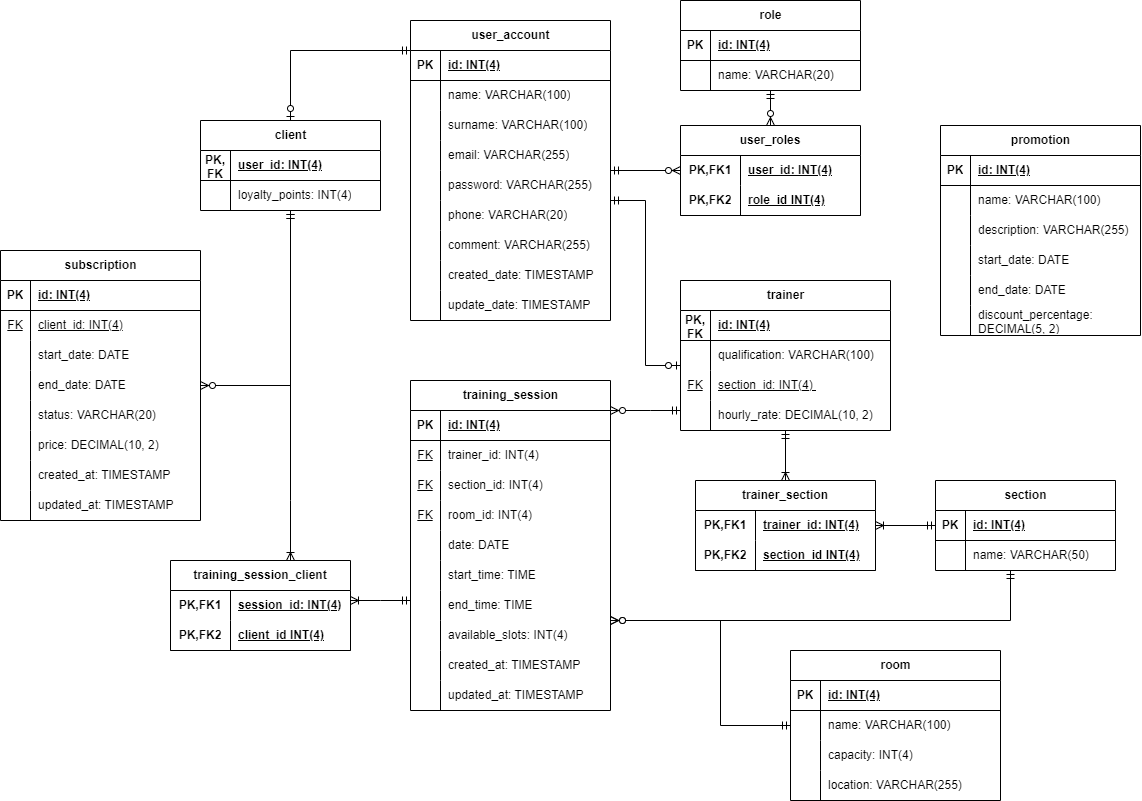
Above: assets/sql.png in moevm/nosql2h24-gym (draw.io), before the change. Source tidied: cells renumbered, new cells last; positions are measured from the earlier drawing's top-left corner, leaving out a move shared by most shapes.
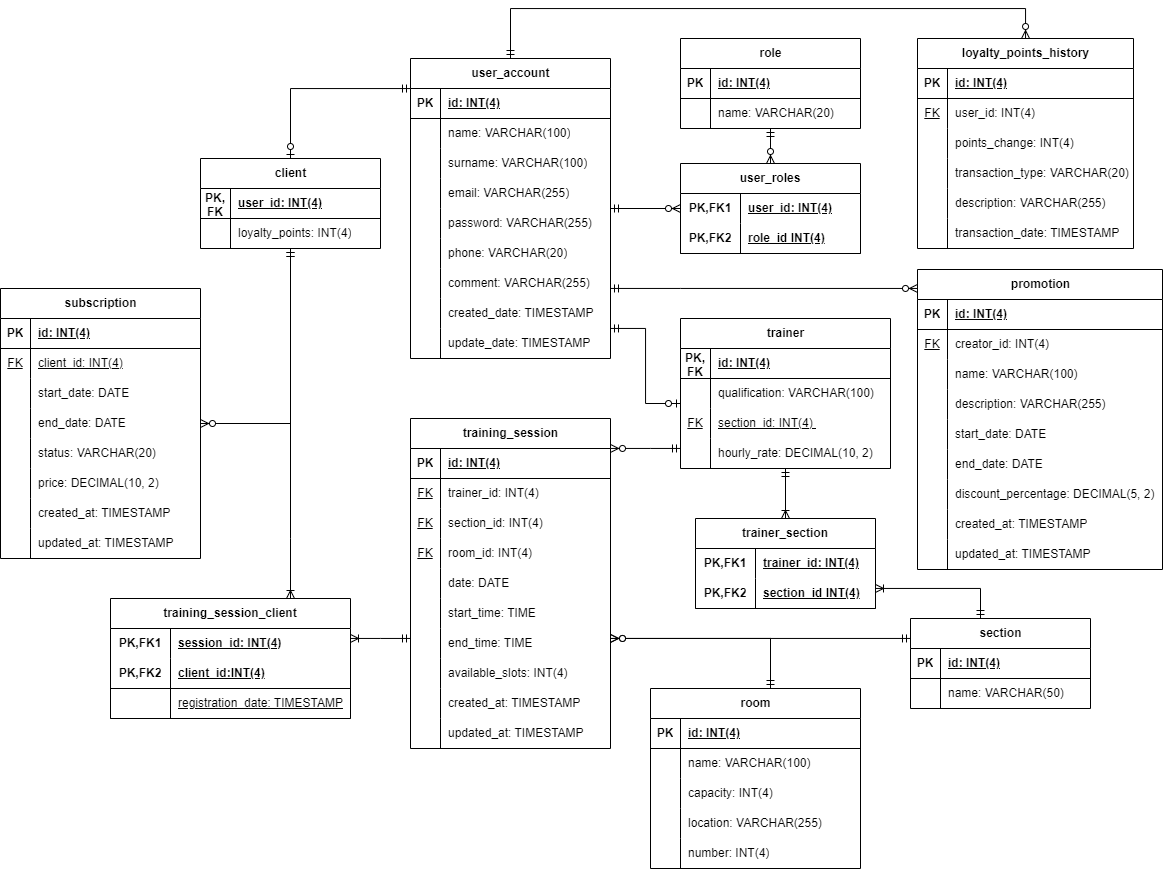
The same file after the commit.

Commit message:
update sql & mongo schemas

The edit, as a diff of the source:
```diff
@@ -191,3 +191,3 @@
     <mxCell id="64" value="section" style="shape=table;startSize=30;rowLines=0;fontStyle=1;align=center;html=1;" parent="1" vertex="1">
-      <mxGeometry x="935" y="480" width="180" height="90" as="geometry" />
+      <mxGeometry x="910" y="580" width="180" height="90" as="geometry" />
     </mxCell>
@@ -233,3 +233,3 @@
     <mxCell id="78" value="room" style="shape=table;startSize=30;rowLines=0;fontStyle=1;align=center;html=1;" parent="1" vertex="1">
-      <mxGeometry x="790" y="650" width="210" height="150" as="geometry" />
+      <mxGeometry x="650" y="650" width="210" height="180" as="geometry" />
     </mxCell>
@@ -271,2 +271,11 @@
     </mxCell>
+    <mxCell id="185" style="shape=tableRow;horizontal=0;startSize=0;swimlaneHead=0;swimlaneBody=0;fillColor=none;top=0;left=0;right=0;bottom=0;" parent="78" vertex="1">
+      <mxGeometry y="150" width="210" height="30" as="geometry" />
+    </mxCell>
+    <mxCell id="186" style="shape=partialRectangle;fillColor=none;top=0;left=0;bottom=0;right=0;overflow=hidden;whiteSpace=wrap;html=1;" parent="185" vertex="1">
+      <mxGeometry width="30" height="30" as="geometry" />
+    </mxCell>
+    <mxCell id="187" value="number: INT(4)" style="shape=partialRectangle;fillColor=none;top=0;left=0;bottom=0;right=0;align=left;spacingLeft=6;overflow=hidden;whiteSpace=wrap;html=1;" parent="185" vertex="1">
+      <mxGeometry x="30" width="180" height="30" as="geometry" />
+    </mxCell>
     <mxCell id="91" value="subscription" style="shape=table;startSize=30;rowLines=0;fontStyle=1;align=center;html=1;" parent="1" vertex="1">
@@ -440,6 +449,6 @@
     <mxCell id="147" value="&lt;span style=&quot;text-wrap: nowrap;&quot;&gt;training_session_client&lt;/span&gt;" style="shape=table;startSize=30;rowLines=0;fontStyle=1;align=center;html=1;whiteSpace=wrap;" parent="1" vertex="1">
-      <mxGeometry x="170" y="560" width="180" height="90" as="geometry" />
+      <mxGeometry x="110" y="560" width="240" height="120" as="geometry" />
     </mxCell>
     <mxCell id="148" style="shape=tableRow;horizontal=0;startSize=0;swimlaneHead=0;swimlaneBody=0;fillColor=none;top=0;left=0;right=0;bottom=0;html=1;" parent="147" vertex="1">
-      <mxGeometry y="30" width="180" height="30" as="geometry" />
+      <mxGeometry y="30" width="240" height="30" as="geometry" />
     </mxCell>
@@ -449,6 +458,6 @@
     <mxCell id="150" value="session_id: INT(4)" style="shape=partialRectangle;fillColor=none;top=0;left=0;bottom=0;right=0;align=left;spacingLeft=6;fontStyle=5;overflow=hidden;html=1;whiteSpace=wrap;" parent="148" vertex="1">
-      <mxGeometry x="60" width="120" height="30" as="geometry" />
+      <mxGeometry x="60" width="180" height="30" as="geometry" />
     </mxCell>
     <mxCell id="151" style="shape=tableRow;horizontal=0;startSize=0;swimlaneHead=0;swimlaneBody=0;fillColor=none;top=0;left=0;right=0;bottom=1;html=1;" parent="147" vertex="1">
-      <mxGeometry y="60" width="180" height="30" as="geometry" />
+      <mxGeometry y="60" width="240" height="30" as="geometry" />
     </mxCell>
@@ -457,10 +466,19 @@
     </mxCell>
-    <mxCell id="153" value="client_id&amp;nbsp;INT(4)" style="shape=partialRectangle;fillColor=none;top=0;left=0;bottom=0;right=0;align=left;spacingLeft=6;fontStyle=5;overflow=hidden;html=1;whiteSpace=wrap;" parent="151" vertex="1">
-      <mxGeometry x="60" width="120" height="30" as="geometry" />
+    <mxCell id="153" value="client_id:INT(4)" style="shape=partialRectangle;fillColor=none;top=0;left=0;bottom=0;right=0;align=left;spacingLeft=6;fontStyle=5;overflow=hidden;html=1;whiteSpace=wrap;" parent="151" vertex="1">
+      <mxGeometry x="60" width="180" height="30" as="geometry" />
     </mxCell>
+    <mxCell id="188" style="shape=tableRow;horizontal=0;startSize=0;swimlaneHead=0;swimlaneBody=0;fillColor=none;top=0;left=0;right=0;bottom=1;html=1;" parent="147" vertex="1">
+      <mxGeometry y="90" width="240" height="30" as="geometry" />
+    </mxCell>
+    <mxCell id="189" style="shape=partialRectangle;fillColor=none;top=0;left=0;bottom=0;right=0;fontStyle=1;overflow=hidden;html=1;whiteSpace=wrap;" parent="188" vertex="1">
+      <mxGeometry width="60" height="30" as="geometry" />
+    </mxCell>
+    <mxCell id="190" value="&lt;span style=&quot;font-weight: 400;&quot;&gt;registration_date: TIMESTAMP&lt;/span&gt;" style="shape=partialRectangle;fillColor=none;top=0;left=0;bottom=0;right=0;align=left;spacingLeft=6;fontStyle=5;overflow=hidden;html=1;whiteSpace=wrap;" parent="188" vertex="1">
+      <mxGeometry x="60" width="180" height="30" as="geometry" />
+    </mxCell>
     <mxCell id="154" value="promotion" style="shape=table;startSize=30;rowLines=0;fontStyle=1;align=center;html=1;" parent="1" vertex="1">
-      <mxGeometry x="940" y="125" width="200" height="210" as="geometry" />
+      <mxGeometry x="917" y="231" width="245" height="300" as="geometry" />
     </mxCell>
     <mxCell id="155" style="shape=tableRow;horizontal=0;startSize=0;swimlaneHead=0;swimlaneBody=0;fillColor=none;top=0;left=0;right=0;bottom=1;" parent="154" vertex="1">
-      <mxGeometry y="30" width="200" height="30" as="geometry" />
+      <mxGeometry y="30" width="245" height="30" as="geometry" />
     </mxCell>
@@ -470,6 +488,15 @@
     <mxCell id="157" value="id: INT(4)" style="shape=partialRectangle;fillColor=none;top=0;left=0;bottom=0;right=0;align=left;spacingLeft=6;fontStyle=5;overflow=hidden;whiteSpace=wrap;html=1;" parent="155" vertex="1">
-      <mxGeometry x="30" width="170" height="30" as="geometry" />
+      <mxGeometry x="30" width="215" height="30" as="geometry" />
     </mxCell>
+    <mxCell id="191" style="shape=tableRow;horizontal=0;startSize=0;swimlaneHead=0;swimlaneBody=0;fillColor=none;top=0;left=0;right=0;bottom=0;" parent="154" vertex="1">
+      <mxGeometry y="60" width="245" height="30" as="geometry" />
+    </mxCell>
+    <mxCell id="192" value="&lt;u&gt;FK&lt;/u&gt;" style="shape=partialRectangle;fillColor=none;top=0;left=0;bottom=0;right=0;overflow=hidden;whiteSpace=wrap;html=1;" parent="191" vertex="1">
+      <mxGeometry width="30" height="30" as="geometry" />
+    </mxCell>
+    <mxCell id="193" value="creator_id: INT(4)" style="shape=partialRectangle;fillColor=none;top=0;left=0;bottom=0;right=0;align=left;spacingLeft=6;overflow=hidden;whiteSpace=wrap;html=1;" parent="191" vertex="1">
+      <mxGeometry x="30" width="215" height="30" as="geometry" />
+    </mxCell>
     <mxCell id="158" style="shape=tableRow;horizontal=0;startSize=0;swimlaneHead=0;swimlaneBody=0;fillColor=none;top=0;left=0;right=0;bottom=0;" parent="154" vertex="1">
-      <mxGeometry y="60" width="200" height="30" as="geometry" />
+      <mxGeometry y="90" width="245" height="30" as="geometry" />
     </mxCell>
@@ -479,6 +506,6 @@
     <mxCell id="160" value="name: VARCHAR(100)&amp;nbsp;&amp;nbsp;" style="shape=partialRectangle;fillColor=none;top=0;left=0;bottom=0;right=0;align=left;spacingLeft=6;overflow=hidden;whiteSpace=wrap;html=1;" parent="158" vertex="1">
-      <mxGeometry x="30" width="170" height="30" as="geometry" />
+      <mxGeometry x="30" width="215" height="30" as="geometry" />
     </mxCell>
     <mxCell id="161" style="shape=tableRow;horizontal=0;startSize=0;swimlaneHead=0;swimlaneBody=0;fillColor=none;top=0;left=0;right=0;bottom=0;" parent="154" vertex="1">
-      <mxGeometry y="90" width="200" height="30" as="geometry" />
+      <mxGeometry y="120" width="245" height="30" as="geometry" />
     </mxCell>
@@ -488,6 +515,6 @@
     <mxCell id="163" value="description: VARCHAR(255)&amp;nbsp;&amp;nbsp;" style="shape=partialRectangle;fillColor=none;top=0;left=0;bottom=0;right=0;align=left;spacingLeft=6;overflow=hidden;whiteSpace=wrap;html=1;" parent="161" vertex="1">
-      <mxGeometry x="30" width="170" height="30" as="geometry" />
+      <mxGeometry x="30" width="215" height="30" as="geometry" />
     </mxCell>
     <mxCell id="164" style="shape=tableRow;horizontal=0;startSize=0;swimlaneHead=0;swimlaneBody=0;fillColor=none;top=0;left=0;right=0;bottom=0;" parent="154" vertex="1">
-      <mxGeometry y="120" width="200" height="30" as="geometry" />
+      <mxGeometry y="150" width="245" height="30" as="geometry" />
     </mxCell>
@@ -497,6 +524,6 @@
     <mxCell id="166" value="start_date: DATE&amp;nbsp;&amp;nbsp;" style="shape=partialRectangle;fillColor=none;top=0;left=0;bottom=0;right=0;align=left;spacingLeft=6;overflow=hidden;whiteSpace=wrap;html=1;" parent="164" vertex="1">
-      <mxGeometry x="30" width="170" height="30" as="geometry" />
+      <mxGeometry x="30" width="215" height="30" as="geometry" />
     </mxCell>
     <mxCell id="167" style="shape=tableRow;horizontal=0;startSize=0;swimlaneHead=0;swimlaneBody=0;fillColor=none;top=0;left=0;right=0;bottom=0;" parent="154" vertex="1">
-      <mxGeometry y="150" width="200" height="30" as="geometry" />
+      <mxGeometry y="180" width="245" height="30" as="geometry" />
     </mxCell>
@@ -506,6 +533,6 @@
     <mxCell id="169" value="end_date: DATE&amp;nbsp;" style="shape=partialRectangle;fillColor=none;top=0;left=0;bottom=0;right=0;align=left;spacingLeft=6;overflow=hidden;whiteSpace=wrap;html=1;" parent="167" vertex="1">
-      <mxGeometry x="30" width="170" height="30" as="geometry" />
+      <mxGeometry x="30" width="215" height="30" as="geometry" />
     </mxCell>
     <mxCell id="170" style="shape=tableRow;horizontal=0;startSize=0;swimlaneHead=0;swimlaneBody=0;fillColor=none;top=0;left=0;right=0;bottom=0;" parent="154" vertex="1">
-      <mxGeometry y="180" width="200" height="30" as="geometry" />
+      <mxGeometry y="210" width="245" height="30" as="geometry" />
     </mxCell>
@@ -515,4 +542,22 @@
     <mxCell id="172" value="discount_percentage: DECIMAL(5, 2)&amp;nbsp;&amp;nbsp;" style="shape=partialRectangle;fillColor=none;top=0;left=0;bottom=0;right=0;align=left;spacingLeft=6;overflow=hidden;whiteSpace=wrap;html=1;" parent="170" vertex="1">
-      <mxGeometry x="30" width="170" height="30" as="geometry" />
+      <mxGeometry x="30" width="215" height="30" as="geometry" />
     </mxCell>
+    <mxCell id="194" style="shape=tableRow;horizontal=0;startSize=0;swimlaneHead=0;swimlaneBody=0;fillColor=none;top=0;left=0;right=0;bottom=0;" parent="154" vertex="1">
+      <mxGeometry y="240" width="245" height="30" as="geometry" />
+    </mxCell>
+    <mxCell id="195" style="shape=partialRectangle;fillColor=none;top=0;left=0;bottom=0;right=0;overflow=hidden;whiteSpace=wrap;html=1;" parent="194" vertex="1">
+      <mxGeometry width="30" height="30" as="geometry" />
+    </mxCell>
+    <mxCell id="196" value="created_at: TIMESTAMP" style="shape=partialRectangle;fillColor=none;top=0;left=0;bottom=0;right=0;align=left;spacingLeft=6;overflow=hidden;whiteSpace=wrap;html=1;" parent="194" vertex="1">
+      <mxGeometry x="30" width="215" height="30" as="geometry" />
+    </mxCell>
+    <mxCell id="197" style="shape=tableRow;horizontal=0;startSize=0;swimlaneHead=0;swimlaneBody=0;fillColor=none;top=0;left=0;right=0;bottom=0;" parent="154" vertex="1">
+      <mxGeometry y="270" width="245" height="30" as="geometry" />
+    </mxCell>
+    <mxCell id="198" style="shape=partialRectangle;fillColor=none;top=0;left=0;bottom=0;right=0;overflow=hidden;whiteSpace=wrap;html=1;" parent="197" vertex="1">
+      <mxGeometry width="30" height="30" as="geometry" />
+    </mxCell>
+    <mxCell id="199" value="updated_at: TIMESTAMP" style="shape=partialRectangle;fillColor=none;top=0;left=0;bottom=0;right=0;align=left;spacingLeft=6;overflow=hidden;whiteSpace=wrap;html=1;" parent="197" vertex="1">
+      <mxGeometry x="30" width="215" height="30" as="geometry" />
+    </mxCell>
     <mxCell id="173" style="edgeStyle=orthogonalEdgeStyle;fontSize=12;html=1;endArrow=ERzeroToOne;startArrow=ERmandOne;rounded=0;" parent="1" edge="1" source="2" target="44">
@@ -527,3 +572,3 @@
         <Array as="points">
-          <mxPoint x="645" y="200" />
+          <mxPoint x="645" y="290" />
           <mxPoint x="645" y="365" />
@@ -542,3 +587,7 @@
     <mxCell id="178" style="edgeStyle=orthogonalEdgeStyle;fontSize=12;html=1;endArrow=ERoneToMany;startArrow=ERmandOne;rounded=0;" parent="1" edge="1" source="64" target="71">
-      <mxGeometry relative="1" as="geometry" />
+      <mxGeometry relative="1" as="geometry">
+        <Array as="points">
+          <mxPoint x="980" y="550" />
+        </Array>
+      </mxGeometry>
     </mxCell>
@@ -562,3 +611,4 @@
         <Array as="points">
-          <mxPoint x="1010" y="620" />
+          <mxPoint x="770" y="600" />
+          <mxPoint x="770" y="600" />
         </Array>
@@ -569,4 +619,3 @@
         <Array as="points">
-          <mxPoint x="720" y="725" />
-          <mxPoint x="720" y="620" />
+          <mxPoint x="770" y="600" />
         </Array>
@@ -590,2 +639,75 @@
     </mxCell>
+    <mxCell id="200" value="loyalty_points_history" style="shape=table;startSize=30;rowLines=0;fontStyle=1;align=center;html=1;" parent="1" vertex="1">
+      <mxGeometry x="917" width="216" height="210" as="geometry" />
+    </mxCell>
+    <mxCell id="201" style="shape=tableRow;horizontal=0;startSize=0;swimlaneHead=0;swimlaneBody=0;fillColor=none;top=0;left=0;right=0;bottom=1;" parent="200" vertex="1">
+      <mxGeometry y="30" width="216" height="30" as="geometry" />
+    </mxCell>
+    <mxCell id="202" value="PK" style="shape=partialRectangle;fillColor=none;top=0;left=0;bottom=0;right=0;fontStyle=1;overflow=hidden;whiteSpace=wrap;html=1;" parent="201" vertex="1">
+      <mxGeometry width="30" height="30" as="geometry" />
+    </mxCell>
+    <mxCell id="203" value="id: INT(4)" style="shape=partialRectangle;fillColor=none;top=0;left=0;bottom=0;right=0;align=left;spacingLeft=6;fontStyle=5;overflow=hidden;whiteSpace=wrap;html=1;" parent="201" vertex="1">
+      <mxGeometry x="30" width="186" height="30" as="geometry" />
+    </mxCell>
+    <mxCell id="204" style="shape=tableRow;horizontal=0;startSize=0;swimlaneHead=0;swimlaneBody=0;fillColor=none;top=0;left=0;right=0;bottom=0;" parent="200" vertex="1">
+      <mxGeometry y="60" width="216" height="30" as="geometry" />
+    </mxCell>
+    <mxCell id="205" value="&lt;u&gt;FK&lt;/u&gt;" style="shape=partialRectangle;fillColor=none;top=0;left=0;bottom=0;right=0;overflow=hidden;whiteSpace=wrap;html=1;" parent="204" vertex="1">
+      <mxGeometry width="30" height="30" as="geometry" />
+    </mxCell>
+    <mxCell id="206" value="user_id: INT(4)" style="shape=partialRectangle;fillColor=none;top=0;left=0;bottom=0;right=0;align=left;spacingLeft=6;overflow=hidden;whiteSpace=wrap;html=1;" parent="204" vertex="1">
+      <mxGeometry x="30" width="186" height="30" as="geometry" />
+    </mxCell>
+    <mxCell id="207" style="shape=tableRow;horizontal=0;startSize=0;swimlaneHead=0;swimlaneBody=0;fillColor=none;top=0;left=0;right=0;bottom=0;" parent="200" vertex="1">
+      <mxGeometry y="90" width="216" height="30" as="geometry" />
+    </mxCell>
+    <mxCell id="208" style="shape=partialRectangle;fillColor=none;top=0;left=0;bottom=0;right=0;overflow=hidden;whiteSpace=wrap;html=1;" parent="207" vertex="1">
+      <mxGeometry width="30" height="30" as="geometry" />
+    </mxCell>
+    <mxCell id="209" value="points_change: INT(4)" style="shape=partialRectangle;fillColor=none;top=0;left=0;bottom=0;right=0;align=left;spacingLeft=6;overflow=hidden;whiteSpace=wrap;html=1;" parent="207" vertex="1">
+      <mxGeometry x="30" width="186" height="30" as="geometry" />
+    </mxCell>
+    <mxCell id="210" style="shape=tableRow;horizontal=0;startSize=0;swimlaneHead=0;swimlaneBody=0;fillColor=none;top=0;left=0;right=0;bottom=0;" parent="200" vertex="1">
+      <mxGeometry y="120" width="216" height="30" as="geometry" />
+    </mxCell>
+    <mxCell id="211" style="shape=partialRectangle;fillColor=none;top=0;left=0;bottom=0;right=0;overflow=hidden;whiteSpace=wrap;html=1;" parent="210" vertex="1">
+      <mxGeometry width="30" height="30" as="geometry" />
+    </mxCell>
+    <mxCell id="212" value="transaction_type: VARCHAR(20)" style="shape=partialRectangle;fillColor=none;top=0;left=0;bottom=0;right=0;align=left;spacingLeft=6;overflow=hidden;whiteSpace=wrap;html=1;" parent="210" vertex="1">
+      <mxGeometry x="30" width="186" height="30" as="geometry" />
+    </mxCell>
+    <mxCell id="213" style="shape=tableRow;horizontal=0;startSize=0;swimlaneHead=0;swimlaneBody=0;fillColor=none;top=0;left=0;right=0;bottom=0;" parent="200" vertex="1">
+      <mxGeometry y="150" width="216" height="30" as="geometry" />
+    </mxCell>
+    <mxCell id="214" style="shape=partialRectangle;fillColor=none;top=0;left=0;bottom=0;right=0;overflow=hidden;whiteSpace=wrap;html=1;" parent="213" vertex="1">
+      <mxGeometry width="30" height="30" as="geometry" />
+    </mxCell>
+    <mxCell id="215" value="description: VARCHAR(255)" style="shape=partialRectangle;fillColor=none;top=0;left=0;bottom=0;right=0;align=left;spacingLeft=6;overflow=hidden;whiteSpace=wrap;html=1;" parent="213" vertex="1">
+      <mxGeometry x="30" width="186" height="30" as="geometry" />
+    </mxCell>
+    <mxCell id="216" style="shape=tableRow;horizontal=0;startSize=0;swimlaneHead=0;swimlaneBody=0;fillColor=none;top=0;left=0;right=0;bottom=0;" parent="200" vertex="1">
+      <mxGeometry y="180" width="216" height="30" as="geometry" />
+    </mxCell>
+    <mxCell id="217" style="shape=partialRectangle;fillColor=none;top=0;left=0;bottom=0;right=0;overflow=hidden;whiteSpace=wrap;html=1;" parent="216" vertex="1">
+      <mxGeometry width="30" height="30" as="geometry" />
+    </mxCell>
+    <mxCell id="218" value="transaction_date: TIMESTAMP" style="shape=partialRectangle;fillColor=none;top=0;left=0;bottom=0;right=0;align=left;spacingLeft=6;overflow=hidden;whiteSpace=wrap;html=1;" parent="216" vertex="1">
+      <mxGeometry x="30" width="186" height="30" as="geometry" />
+    </mxCell>
+    <mxCell id="219" style="edgeStyle=orthogonalEdgeStyle;fontSize=12;html=1;endArrow=ERzeroToMany;startArrow=ERmandOne;rounded=0;strokeColor=default;align=center;verticalAlign=middle;fontFamily=Helvetica;fontColor=default;labelBackgroundColor=default;" parent="1" edge="1" source="2" target="200">
+      <mxGeometry relative="1" as="geometry">
+        <Array as="points">
+          <mxPoint x="510" y="-30" />
+          <mxPoint x="1025" y="-30" />
+        </Array>
+      </mxGeometry>
+    </mxCell>
+    <mxCell id="220" style="edgeStyle=orthogonalEdgeStyle;fontSize=12;html=1;endArrow=ERzeroToMany;startArrow=ERmandOne;rounded=0;" parent="1" edge="1" source="2" target="154">
+      <mxGeometry relative="1" as="geometry">
+        <Array as="points">
+          <mxPoint x="680" y="250" />
+          <mxPoint x="680" y="250" />
+        </Array>
+      </mxGeometry>
+    </mxCell>
   </root>
```
